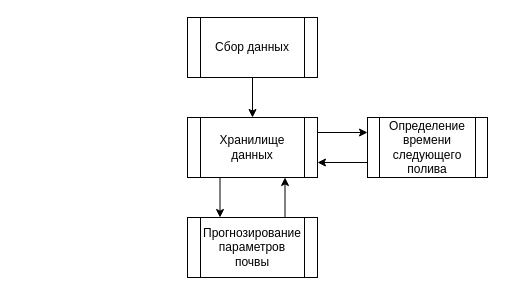
1MrEnot/wateringBot keeps this draw.io diagram as diagrams/Untitled Diagram.drawio. Above is the earlier version. Source tidied: cells renumbered, new cells numbered last; positions are measured from the earlier drawing's top-left corner, leaving out a move shared by most shapes. Both pictures are drawn from the tidied source at 100%, with x=0, y=0 at pixel (187, 17).
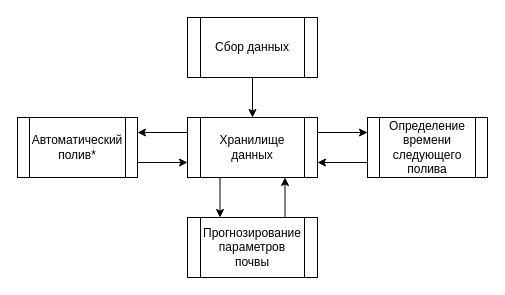
After the change.

Change to the diagram source:
```diff
@@
 <mxGraphModel>
   <root>
     <mxCell id="0" />
     <mxCell id="1" parent="0" />
     <mxCell id="2" value="Сбор данных" style="shape=process;whiteSpace=wrap;html=1;backgroundOutline=1;" parent="1" vertex="1">
       <mxGeometry width="130" height="60" as="geometry" />
     </mxCell>
+    <mxCell id="11" style="edgeStyle=orthogonalEdgeStyle;rounded=0;jettySize=auto;html=1;exitX=0;exitY=0.25;exitDx=0;exitDy=0;entryX=1;entryY=0.25;entryDx=0;entryDy=0;" parent="1" edge="1" source="3" target="13">
+      <mxGeometry relative="1" as="geometry" />
+    </mxCell>
     <mxCell id="3" value="Хранилище данных" style="shape=process;whiteSpace=wrap;html=1;backgroundOutline=1;" parent="1" vertex="1">
       <mxGeometry y="100" width="130" height="60" as="geometry" />
     </mxCell>
     <mxCell id="4" value="Прогнозирование параметров почвы" style="shape=process;whiteSpace=wrap;html=1;backgroundOutline=1;" parent="1" vertex="1">
       <mxGeometry y="200" width="130" height="60" as="geometry" />
     </mxCell>
     <mxCell id="5" style="endArrow=classic;html=1;rounded=0;exitX=0.5;exitY=1;exitDx=0;exitDy=0;entryX=0.5;entryY=0;entryDx=0;entryDy=0;" parent="1" edge="1" source="2" target="3">
       <mxGeometry relative="1" as="geometry" />
     </mxCell>
     <mxCell id="6" style="endArrow=classic;html=1;rounded=0;entryX=0.25;entryY=0;entryDx=0;entryDy=0;exitX=0.25;exitY=1;exitDx=0;exitDy=0;" parent="1" edge="1" source="3" target="4">
       <mxGeometry relative="1" as="geometry" />
     </mxCell>
     <mxCell id="7" style="endArrow=classic;html=1;rounded=0;exitX=0.75;exitY=0;exitDx=0;exitDy=0;entryX=0.75;entryY=1;entryDx=0;entryDy=0;" parent="1" edge="1" source="4" target="3">
       <mxGeometry relative="1" as="geometry" />
     </mxCell>
     <mxCell id="8" value="Определение времени следующего полива" style="shape=process;whiteSpace=wrap;html=1;backgroundOutline=1;" parent="1" vertex="1">
       <mxGeometry x="180" y="100" width="120" height="60" as="geometry" />
     </mxCell>
     <mxCell id="9" style="endArrow=classic;html=1;rounded=0;entryX=0;entryY=0.25;entryDx=0;entryDy=0;exitX=1;exitY=0.25;exitDx=0;exitDy=0;" parent="1" edge="1" source="3" target="8">
       <mxGeometry relative="1" as="geometry" />
     </mxCell>
     <mxCell id="10" style="endArrow=classic;html=1;rounded=0;entryX=1;entryY=0.75;entryDx=0;entryDy=0;exitX=0;exitY=0.75;exitDx=0;exitDy=0;" parent="1" edge="1" source="8" target="3">
       <mxGeometry relative="1" as="geometry" />
     </mxCell>
+    <mxCell id="12" style="edgeStyle=orthogonalEdgeStyle;rounded=0;jettySize=auto;html=1;exitX=1;exitY=0.75;exitDx=0;exitDy=0;entryX=0;entryY=0.75;entryDx=0;entryDy=0;" parent="1" edge="1" source="13" target="3">
+      <mxGeometry relative="1" as="geometry" />
+    </mxCell>
+    <mxCell id="13" value="Автоматический полив*" style="shape=process;whiteSpace=wrap;html=1;backgroundOutline=1;" parent="1" vertex="1">
+      <mxGeometry x="-170" y="100" width="120" height="60" as="geometry" />
+    </mxCell>
   </root>
 </mxGraphModel>
```
